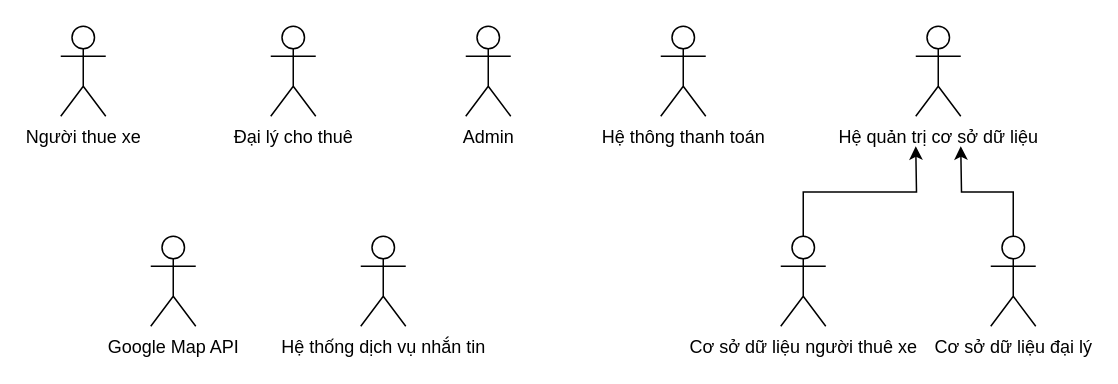
This is page "Page-1" (1 of 7) of use-case.drawio from xuanthangsn/bicycle-rental-service, a draw.io file, before an edit. Source tidied: cells renumbered, new cells numbered last; positions are measured from the earlier drawing's top-left corner, leaving out a move shared by most shapes. Both pictures are drawn from the tidied source at 150%, with x=0, y=0 at pixel (60, 26).
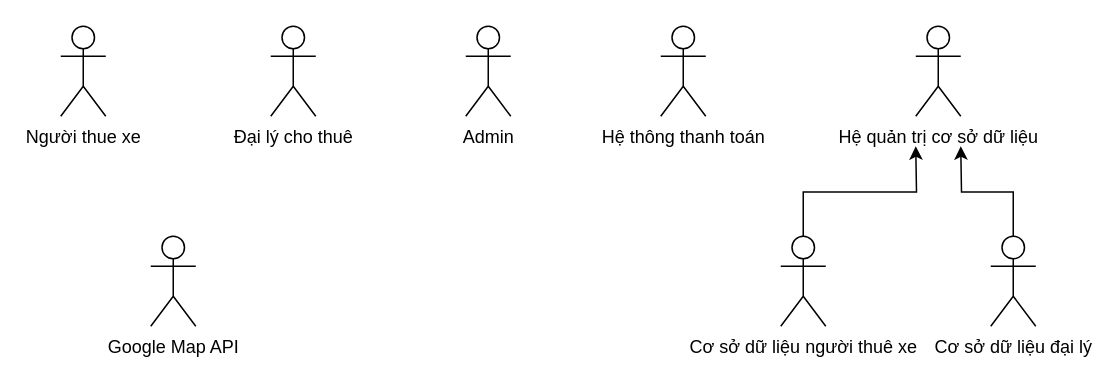
The same diagram, later.

Diff of the diagram source:
```diff
@@
 <mxGraphModel>
   <root>
     <mxCell id="0" />
     <mxCell id="1" parent="0" />
     <mxCell id="2" value="Người thue xe" style="shape=umlActor;verticalLabelPosition=bottom;verticalAlign=top;html=1;" parent="1" vertex="1">
       <mxGeometry width="30" height="60" as="geometry" />
     </mxCell>
     <mxCell id="3" value="Admin" style="shape=umlActor;verticalLabelPosition=bottom;verticalAlign=top;html=1;" parent="1" vertex="1">
       <mxGeometry x="270" width="30" height="60" as="geometry" />
     </mxCell>
     <mxCell id="4" value="Hệ quản trị cơ sở dữ liệu" style="shape=umlActor;verticalLabelPosition=bottom;verticalAlign=top;html=1;" parent="1" vertex="1">
       <mxGeometry x="570" width="30" height="60" as="geometry" />
     </mxCell>
     <mxCell id="5" value="Hệ thông thanh toán" style="shape=umlActor;verticalLabelPosition=bottom;verticalAlign=top;html=1;" parent="1" vertex="1">
       <mxGeometry x="400" width="30" height="60" as="geometry" />
     </mxCell>
     <mxCell id="6" value="Đại lý cho thuê" style="shape=umlActor;verticalLabelPosition=bottom;verticalAlign=top;html=1;" parent="1" vertex="1">
       <mxGeometry x="140" width="30" height="60" as="geometry" />
     </mxCell>
     <mxCell id="7" style="edgeStyle=orthogonalEdgeStyle;rounded=0;jettySize=auto;html=1;exitX=0.5;exitY=0;exitDx=0;exitDy=0;exitPerimeter=0;" parent="1" edge="1" source="8">
       <mxGeometry relative="1" as="geometry">
         <mxPoint x="570" y="80" as="targetPoint" />
       </mxGeometry>
     </mxCell>
     <mxCell id="8" value="Cơ sở dữ liệu người thuê xe" style="shape=umlActor;verticalLabelPosition=bottom;verticalAlign=top;html=1;" parent="1" vertex="1">
       <mxGeometry x="480" y="140" width="30" height="60" as="geometry" />
     </mxCell>
     <mxCell id="9" style="edgeStyle=orthogonalEdgeStyle;rounded=0;jettySize=auto;html=1;exitX=0.5;exitY=0;exitDx=0;exitDy=0;exitPerimeter=0;" parent="1" edge="1" source="10">
       <mxGeometry relative="1" as="geometry">
         <mxPoint x="600" y="80" as="targetPoint" />
       </mxGeometry>
     </mxCell>
     <mxCell id="10" value="Cơ sở dữ liệu đại lý" style="shape=umlActor;verticalLabelPosition=bottom;verticalAlign=top;html=1;" parent="1" vertex="1">
       <mxGeometry x="620" y="140" width="30" height="60" as="geometry" />
     </mxCell>
     <mxCell id="11" value="Google Map API" style="shape=umlActor;verticalLabelPosition=bottom;verticalAlign=top;html=1;" parent="1" vertex="1">
       <mxGeometry x="60" y="140" width="30" height="60" as="geometry" />
     </mxCell>
-    <mxCell id="12" value="Hệ thống dịch vụ nhắn tin" style="shape=umlActor;verticalLabelPosition=bottom;verticalAlign=top;html=1;" parent="1" vertex="1">
-      <mxGeometry x="200" y="140" width="30" height="60" as="geometry" />
-    </mxCell>
   </root>
 </mxGraphModel>
```
